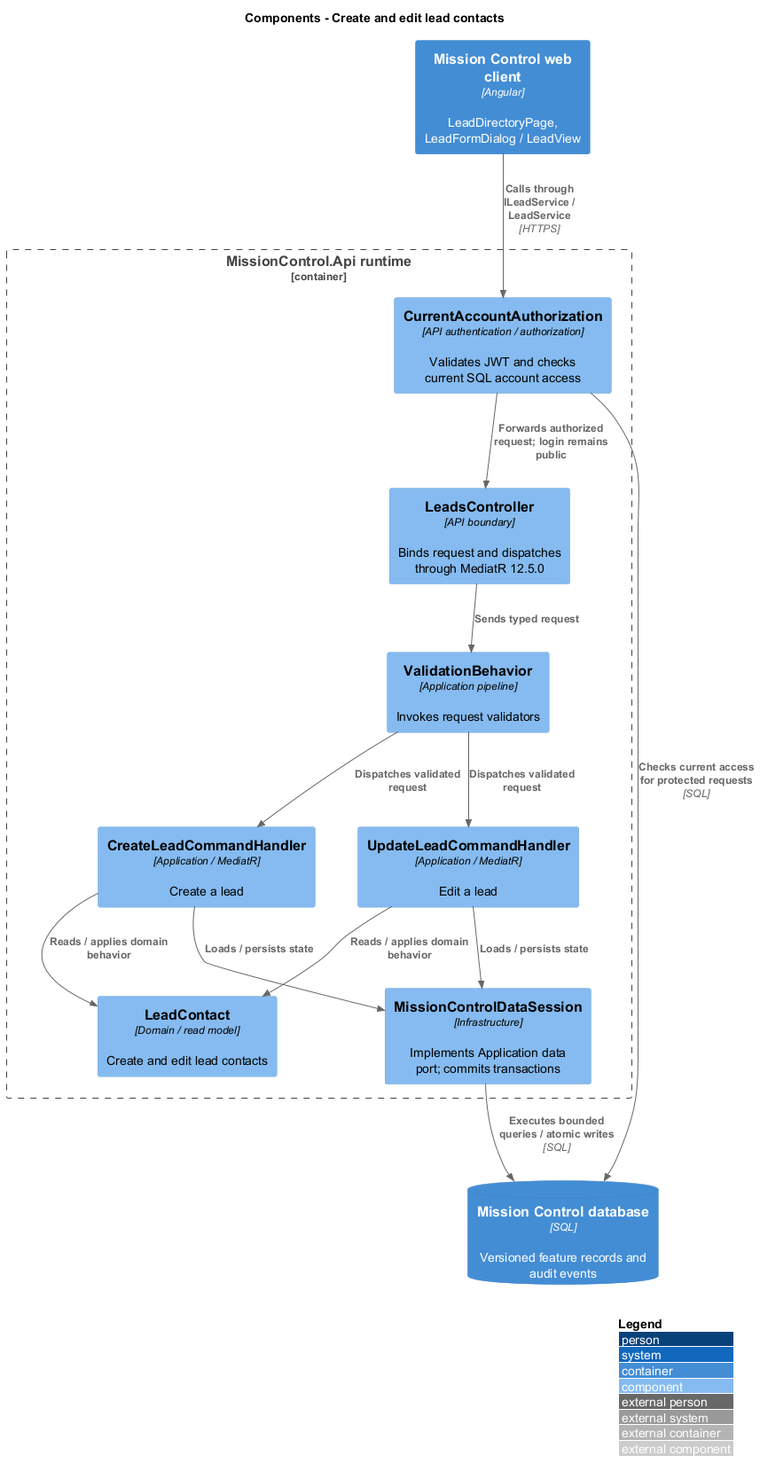
The PlantUML diagram docs/detailed-designs/leads/maintain-contacts/diagrams/c4-component.png in QuinntyneBrown/mission-control, before a commit.
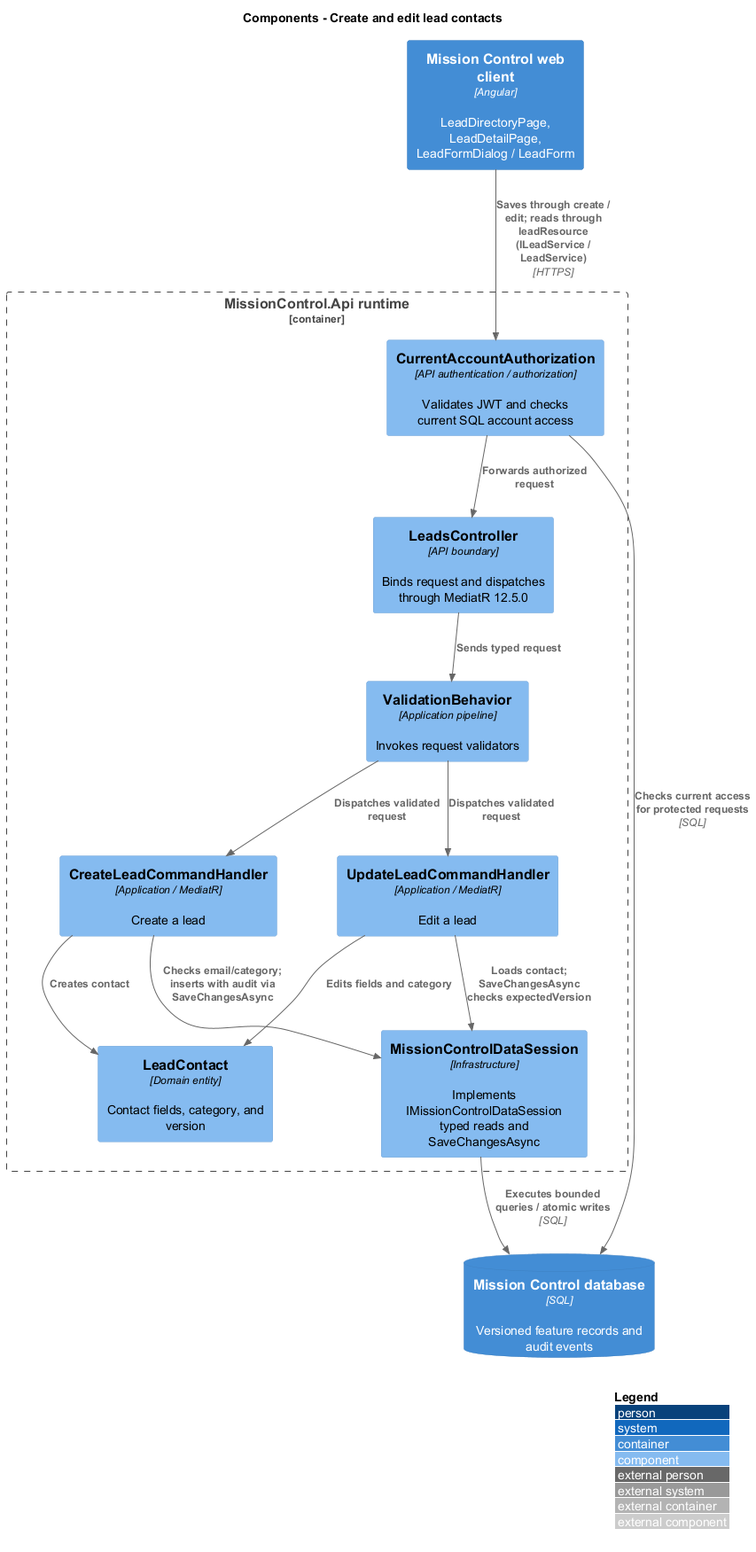
Above is the later version.

Diff of the diagram source:
```diff
@@ -2,26 +2,26 @@
 !include <C4/C4_Component>
 LAYOUT_WITH_LEGEND()
 title Components - Create and edit lead contacts
-Container(web, "Mission Control web client", "Angular", "LeadDirectoryPage, LeadFormDialog / LeadView")
+Container(web, "Mission Control web client", "Angular", "LeadDirectoryPage, LeadDetailPage, LeadFormDialog / LeadForm")
 ContainerDb(db, "Mission Control database", "SQL", "Versioned feature records and audit events")
 Container_Boundary(api, "MissionControl.Api runtime") {
   Component(ctrl, "LeadsController", "API boundary", "Binds request and dispatches through MediatR 12.5.0")
   Component(access, "CurrentAccountAuthorization", "API authentication / authorization", "Validates JWT and checks current SQL account access")
   Component(validation, "ValidationBehavior", "Application pipeline", "Invokes request validators")
-  Component(entity, "LeadContact", "Domain / read model", "Create and edit lead contacts")
-  Component(store, "MissionControlDataSession", "Infrastructure", "Implements Application data port; commits transactions")
-Rel(web, access, "Calls through ILeadService / LeadService", "HTTPS")
+  Component(entity, "LeadContact", "Domain entity", "Contact fields, category, and version")
+  Component(store, "MissionControlDataSession", "Infrastructure", "Implements IMissionControlDataSession typed reads and SaveChangesAsync")
+Rel(web, access, "Saves through create / edit; reads through leadResource (ILeadService / LeadService)", "HTTPS")
 Rel(access, db, "Checks current access for protected requests", "SQL")
-Rel(access, ctrl, "Forwards authorized request; login remains public")
+Rel(access, ctrl, "Forwards authorized request")
 Rel(ctrl, validation, "Sends typed request")
 Component(h0, "CreateLeadCommandHandler", "Application / MediatR", "Create a lead")
 Rel(validation, h0, "Dispatches validated request")
-Rel(h0, entity, "Reads / applies domain behavior")
-Rel(h0, store, "Loads / persists state")
+Rel(h0, entity, "Creates contact")
+Rel(h0, store, "Checks email/category; inserts with audit via SaveChangesAsync")
 Component(h1, "UpdateLeadCommandHandler", "Application / MediatR", "Edit a lead")
 Rel(validation, h1, "Dispatches validated request")
-Rel(h1, entity, "Reads / applies domain behavior")
-Rel(h1, store, "Loads / persists state")
+Rel(h1, entity, "Edits fields and category")
+Rel(h1, store, "Loads contact; SaveChangesAsync checks expectedVersion")
 }
 Rel(store, db, "Executes bounded queries / atomic writes", "SQL")
 @enduml
```
